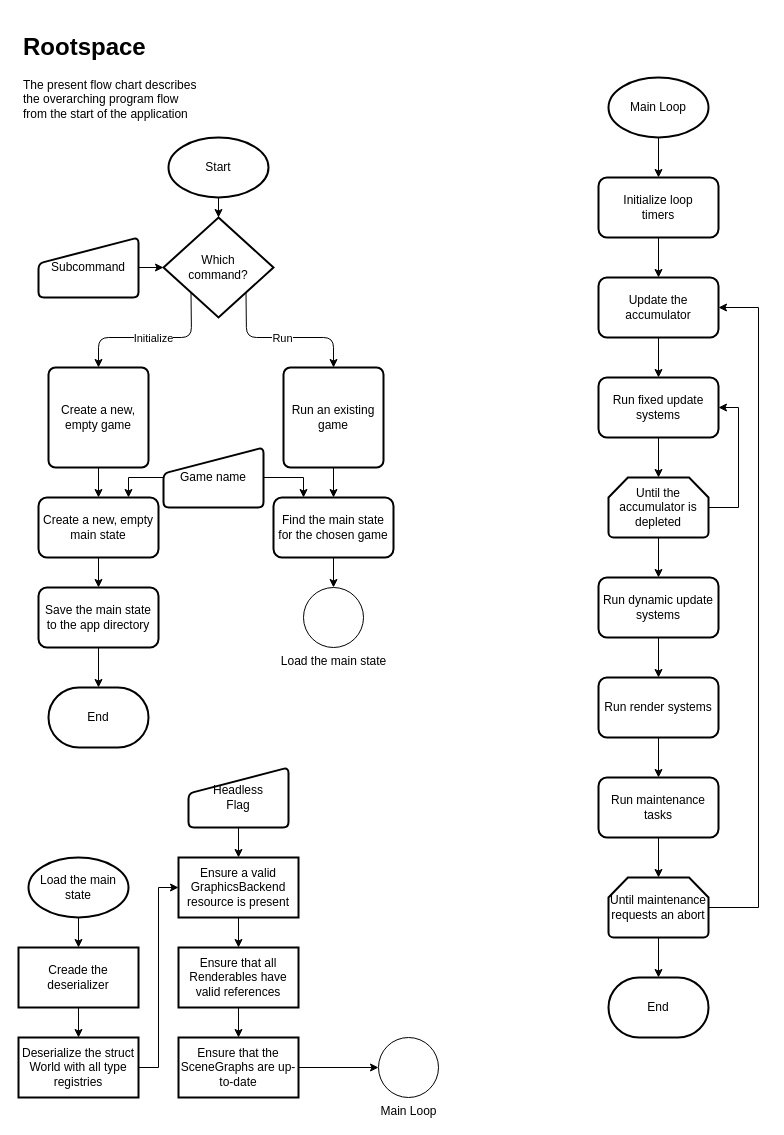
Before: page "Overview" (1 of 5) of docs/rootspace-program-flow.drawio in nausicaea/rootspace, a draw.io diagram. Source tidied: cells renumbered, new cells numbered last; positions are measured from the earlier drawing's top-left corner, leaving out a move shared by most shapes. Both pictures are drawn from the tidied source at 100%, with x=0, y=0 at pixel (18, 27).
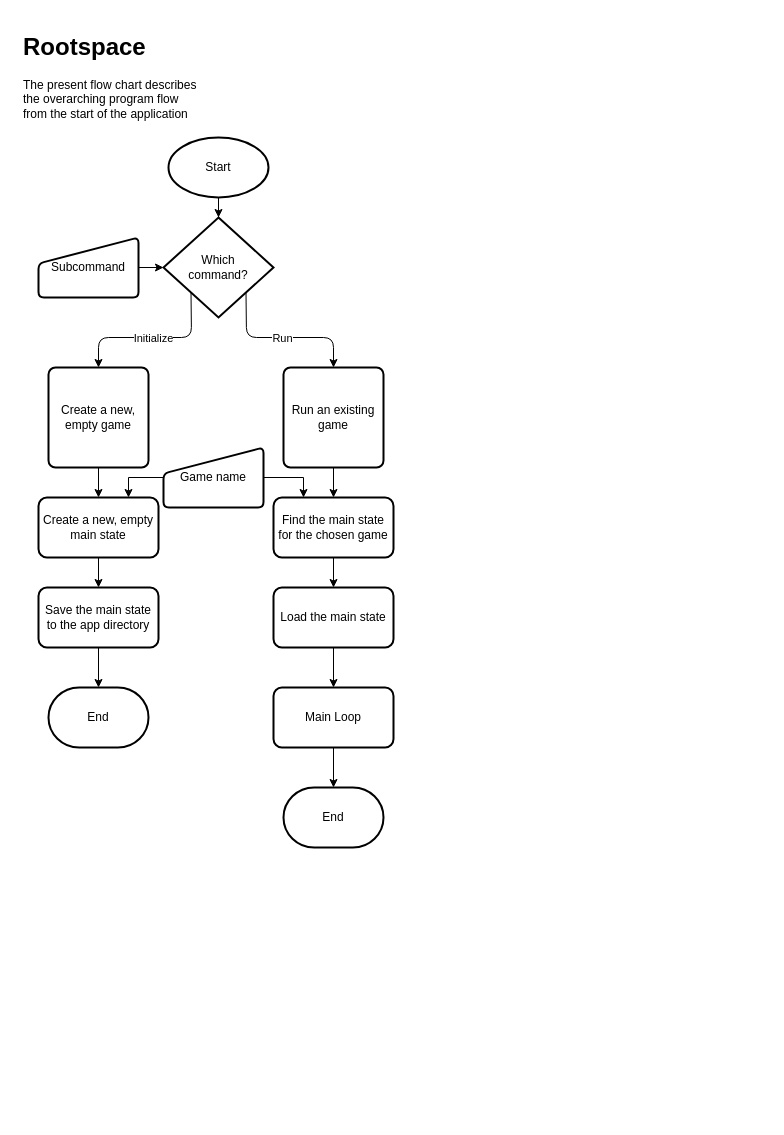
Above is the later version.

The change refers to these unchanged cells:
```xml
<mxCell id="18" value="Find the main state for the chosen game" style="whiteSpace=wrap;html=1;rounded=1;strokeWidth=2;arcSize=14;" parent="1" vertex="1">
  <mxGeometry x="255" y="470" width="120" height="60" as="geometry" />
</mxCell>
```

The edit, as a diff of the source:
```diff
@@
-    <mxCell id="17" style="edgeStyle=orthogonalEdgeStyle;rounded=0;jettySize=auto;html=1;exitX=0.5;exitY=1;exitDx=0;exitDy=0;entryX=0.5;entryY=0;entryDx=0;entryDy=0;entryPerimeter=0;" parent="1" edge="1" source="18" target="60">
-      <mxGeometry relative="1" as="geometry" />
-    </mxCell>
+    <mxCell id="64" style="edgeStyle=orthogonalEdgeStyle;rounded=0;jettySize=auto;html=1;" parent="1" edge="1" source="18" target="66">
+      <mxGeometry relative="1" as="geometry" />
+    </mxCell>
@@
-    <mxCell id="25" style="edgeStyle=orthogonalEdgeStyle;rounded=0;jettySize=auto;html=1;exitX=0.5;exitY=1;exitDx=0;exitDy=0;entryX=0.5;entryY=0;entryDx=0;entryDy=0;" parent="1" edge="1" source="26" target="57">
-      <mxGeometry relative="1" as="geometry" />
-    </mxCell>
-    <mxCell id="26" value="Headless&lt;br&gt;Flag" style="html=1;strokeWidth=2;shape=manualInput;whiteSpace=wrap;rounded=1;size=26;arcSize=11;" parent="1" vertex="1">
-      <mxGeometry x="170" y="740" width="100" height="60" as="geometry" />
-    </mxCell>
@@
-    <mxCell id="29" style="edgeStyle=orthogonalEdgeStyle;rounded=0;jettySize=auto;html=1;" parent="1" edge="1" source="30" target="32">
-      <mxGeometry relative="1" as="geometry" />
-    </mxCell>
-    <mxCell id="30" value="Main Loop" style="strokeWidth=2;html=1;shape=mxgraph.flowchart.start_1;whiteSpace=wrap;" parent="1" vertex="1">
-      <mxGeometry x="590" y="50" width="100" height="60" as="geometry" />
-    </mxCell>
-    <mxCell id="31" style="edgeStyle=orthogonalEdgeStyle;rounded=0;jettySize=auto;html=1;" parent="1" edge="1" source="32" target="49">
-      <mxGeometry relative="1" as="geometry" />
-    </mxCell>
-    <mxCell id="32" value="Initialize loop &lt;br&gt;timers" style="whiteSpace=wrap;html=1;strokeWidth=2;rounded=1;arcSize=14;" parent="1" vertex="1">
-      <mxGeometry x="580" y="150" width="120" height="60" as="geometry" />
-    </mxCell>
-    <mxCell id="33" style="edgeStyle=orthogonalEdgeStyle;rounded=0;jettySize=auto;html=1;exitX=0.5;exitY=1;exitDx=0;exitDy=0;entryX=0.5;entryY=0;entryDx=0;entryDy=0;entryPerimeter=0;" parent="1" edge="1" source="34" target="43">
-      <mxGeometry relative="1" as="geometry" />
-    </mxCell>
-    <mxCell id="34" value="Run fixed update systems" style="whiteSpace=wrap;html=1;strokeWidth=2;rounded=1;arcSize=14;" parent="1" vertex="1">
-      <mxGeometry x="580" y="350" width="120" height="60" as="geometry" />
-    </mxCell>
-    <mxCell id="35" style="edgeStyle=orthogonalEdgeStyle;rounded=0;jettySize=auto;html=1;" parent="1" edge="1" source="36" target="38">
-      <mxGeometry relative="1" as="geometry" />
-    </mxCell>
-    <mxCell id="36" value="Run dynamic update systems" style="whiteSpace=wrap;html=1;strokeWidth=2;rounded=1;arcSize=14;" parent="1" vertex="1">
-      <mxGeometry x="580" y="550" width="120" height="60" as="geometry" />
-    </mxCell>
-    <mxCell id="37" style="edgeStyle=orthogonalEdgeStyle;rounded=0;jettySize=auto;html=1;" parent="1" edge="1" source="38" target="40">
-      <mxGeometry relative="1" as="geometry" />
-    </mxCell>
-    <mxCell id="38" value="Run render systems" style="whiteSpace=wrap;html=1;strokeWidth=2;rounded=1;arcSize=14;" parent="1" vertex="1">
-      <mxGeometry x="580" y="650" width="120" height="60" as="geometry" />
-    </mxCell>
-    <mxCell id="39" style="edgeStyle=orthogonalEdgeStyle;rounded=0;jettySize=auto;html=1;exitX=0.5;exitY=1;exitDx=0;exitDy=0;" parent="1" edge="1" source="40" target="46">
-      <mxGeometry relative="1" as="geometry" />
-    </mxCell>
-    <mxCell id="40" value="Run maintenance tasks" style="whiteSpace=wrap;html=1;strokeWidth=2;rounded=1;arcSize=14;" parent="1" vertex="1">
-      <mxGeometry x="580" y="750" width="120" height="60" as="geometry" />
-    </mxCell>
-    <mxCell id="41" style="edgeStyle=orthogonalEdgeStyle;rounded=0;jettySize=auto;html=1;exitX=0.5;exitY=1;exitDx=0;exitDy=0;exitPerimeter=0;entryX=0.5;entryY=0;entryDx=0;entryDy=0;" parent="1" edge="1" source="43" target="36">
-      <mxGeometry relative="1" as="geometry" />
-    </mxCell>
-    <mxCell id="42" style="edgeStyle=orthogonalEdgeStyle;rounded=0;jettySize=auto;html=1;exitX=1;exitY=0.5;exitDx=0;exitDy=0;exitPerimeter=0;entryX=1;entryY=0.5;entryDx=0;entryDy=0;" parent="1" edge="1" source="43" target="34">
-      <mxGeometry relative="1" as="geometry">
-        <Array as="points">
-          <mxPoint x="720" y="480" />
-          <mxPoint x="720" y="380" />
-        </Array>
-      </mxGeometry>
-    </mxCell>
-    <mxCell id="43" value="Until the accumulator is depleted" style="strokeWidth=2;html=1;shape=mxgraph.flowchart.loop_limit;whiteSpace=wrap;" parent="1" vertex="1">
-      <mxGeometry x="590" y="450" width="100" height="60" as="geometry" />
-    </mxCell>
-    <mxCell id="44" style="edgeStyle=orthogonalEdgeStyle;rounded=0;jettySize=auto;html=1;exitX=0.5;exitY=1;exitDx=0;exitDy=0;exitPerimeter=0;" parent="1" edge="1" source="46" target="47">
-      <mxGeometry relative="1" as="geometry" />
-    </mxCell>
-    <mxCell id="45" style="edgeStyle=orthogonalEdgeStyle;rounded=0;jettySize=auto;html=1;exitX=1;exitY=0.5;exitDx=0;exitDy=0;exitPerimeter=0;entryX=1;entryY=0.5;entryDx=0;entryDy=0;" parent="1" edge="1" source="46" target="49">
-      <mxGeometry relative="1" as="geometry">
-        <Array as="points">
-          <mxPoint x="740" y="880" />
-          <mxPoint x="740" y="280" />
-        </Array>
-      </mxGeometry>
-    </mxCell>
-    <mxCell id="46" value="Until maintenance requests an abort" style="strokeWidth=2;html=1;shape=mxgraph.flowchart.loop_limit;whiteSpace=wrap;" parent="1" vertex="1">
-      <mxGeometry x="590" y="850" width="100" height="60" as="geometry" />
-    </mxCell>
+    <mxCell id="65" style="edgeStyle=orthogonalEdgeStyle;rounded=0;jettySize=auto;html=1;" parent="1" edge="1" source="66" target="68">
+      <mxGeometry relative="1" as="geometry" />
+    </mxCell>
+    <mxCell id="66" value="Load the main state" style="whiteSpace=wrap;html=1;rounded=1;strokeWidth=2;arcSize=14;" parent="1" vertex="1">
+      <mxGeometry x="255" y="560" width="120" height="60" as="geometry" />
+    </mxCell>
+    <mxCell id="67" style="edgeStyle=orthogonalEdgeStyle;rounded=0;jettySize=auto;html=1;exitX=0.5;exitY=1;exitDx=0;exitDy=0;entryX=0.5;entryY=0;entryDx=0;entryDy=0;entryPerimeter=0;" parent="1" edge="1" source="68" target="47">
+      <mxGeometry relative="1" as="geometry" />
+    </mxCell>
+    <mxCell id="68" value="Main Loop" style="whiteSpace=wrap;html=1;rounded=1;strokeWidth=2;arcSize=14;" parent="1" vertex="1">
+      <mxGeometry x="255" y="660" width="120" height="60" as="geometry" />
+    </mxCell>
     <mxCell id="47" value="End" style="strokeWidth=2;html=1;shape=mxgraph.flowchart.terminator;whiteSpace=wrap;" parent="1" vertex="1">
-      <mxGeometry x="590" y="950" width="100" height="60" as="geometry" />
+      <mxGeometry x="265" y="760" width="100" height="60" as="geometry" />
     </mxCell>
-    <mxCell id="48" style="edgeStyle=orthogonalEdgeStyle;rounded=0;jettySize=auto;html=1;exitX=0.5;exitY=1;exitDx=0;exitDy=0;entryX=0.5;entryY=0;entryDx=0;entryDy=0;" parent="1" edge="1" source="49" target="34">
-      <mxGeometry relative="1" as="geometry" />
-    </mxCell>
-    <mxCell id="49" value="Update the accumulator" style="whiteSpace=wrap;html=1;strokeWidth=2;rounded=1;arcSize=14;" parent="1" vertex="1">
-      <mxGeometry x="580" y="250" width="120" height="60" as="geometry" />
-    </mxCell>
-    <mxCell id="50" style="edgeStyle=orthogonalEdgeStyle;rounded=0;jettySize=auto;html=1;" parent="1" edge="1" source="51" target="53">
-      <mxGeometry relative="1" as="geometry" />
-    </mxCell>
-    <mxCell id="51" value="Load the main state" style="strokeWidth=2;html=1;shape=mxgraph.flowchart.start_1;whiteSpace=wrap;gradientColor=none;" parent="1" vertex="1">
-      <mxGeometry x="10" y="830" width="100" height="60" as="geometry" />
-    </mxCell>
-    <mxCell id="52" style="edgeStyle=orthogonalEdgeStyle;rounded=0;jettySize=auto;html=1;" parent="1" edge="1" source="53" target="55">
-      <mxGeometry relative="1" as="geometry" />
-    </mxCell>
-    <mxCell id="53" value="Creade the deserializer" style="whiteSpace=wrap;html=1;strokeWidth=2;" parent="1" vertex="1">
-      <mxGeometry y="920" width="120" height="60" as="geometry" />
-    </mxCell>
-    <mxCell id="54" style="edgeStyle=orthogonalEdgeStyle;rounded=0;jettySize=auto;html=1;entryX=0;entryY=0.5;entryDx=0;entryDy=0;" parent="1" edge="1" source="55" target="57">
-      <mxGeometry relative="1" as="geometry" />
-    </mxCell>
-    <mxCell id="55" value="Deserialize the struct World with all type registries" style="whiteSpace=wrap;html=1;strokeWidth=2;" parent="1" vertex="1">
-      <mxGeometry y="1010" width="120" height="60" as="geometry" />
-    </mxCell>
-    <mxCell id="56" style="edgeStyle=orthogonalEdgeStyle;rounded=0;jettySize=auto;html=1;" parent="1" edge="1" source="57" target="59">
-      <mxGeometry relative="1" as="geometry" />
-    </mxCell>
-    <mxCell id="57" value="Ensure a valid GraphicsBackend resource is present" style="whiteSpace=wrap;html=1;strokeWidth=2;" parent="1" vertex="1">
-      <mxGeometry x="160" y="830" width="120" height="60" as="geometry" />
-    </mxCell>
-    <mxCell id="58" style="edgeStyle=orthogonalEdgeStyle;rounded=0;jettySize=auto;html=1;" parent="1" edge="1" source="59" target="61">
-      <mxGeometry relative="1" as="geometry" />
-    </mxCell>
-    <mxCell id="59" value="Ensure that all Renderables have valid references" style="whiteSpace=wrap;html=1;strokeWidth=2;" parent="1" vertex="1">
-      <mxGeometry x="160" y="920" width="120" height="60" as="geometry" />
-    </mxCell>
-    <mxCell id="60" value="Load the main state" style="verticalLabelPosition=bottom;verticalAlign=top;html=1;shape=mxgraph.flowchart.on-page_reference;gradientColor=none;" parent="1" vertex="1">
-      <mxGeometry x="285" y="560" width="60" height="60" as="geometry" />
-    </mxCell>
-    <mxCell id="61" value="Ensure that the SceneGraphs are up-to-date" style="whiteSpace=wrap;html=1;strokeWidth=2;" parent="1" vertex="1">
-      <mxGeometry x="160" y="1010" width="120" height="60" as="geometry" />
-    </mxCell>
-    <mxCell id="62" value="Main Loop" style="verticalLabelPosition=bottom;verticalAlign=top;html=1;shape=mxgraph.flowchart.on-page_reference;gradientColor=none;" parent="1" vertex="1">
-      <mxGeometry x="360" y="1010" width="60" height="60" as="geometry" />
-    </mxCell>
-    <mxCell id="63" style="edgeStyle=orthogonalEdgeStyle;rounded=0;jettySize=auto;html=1;" parent="1" edge="1" source="61" target="62">
-      <mxGeometry relative="1" as="geometry" />
-    </mxCell>
```
